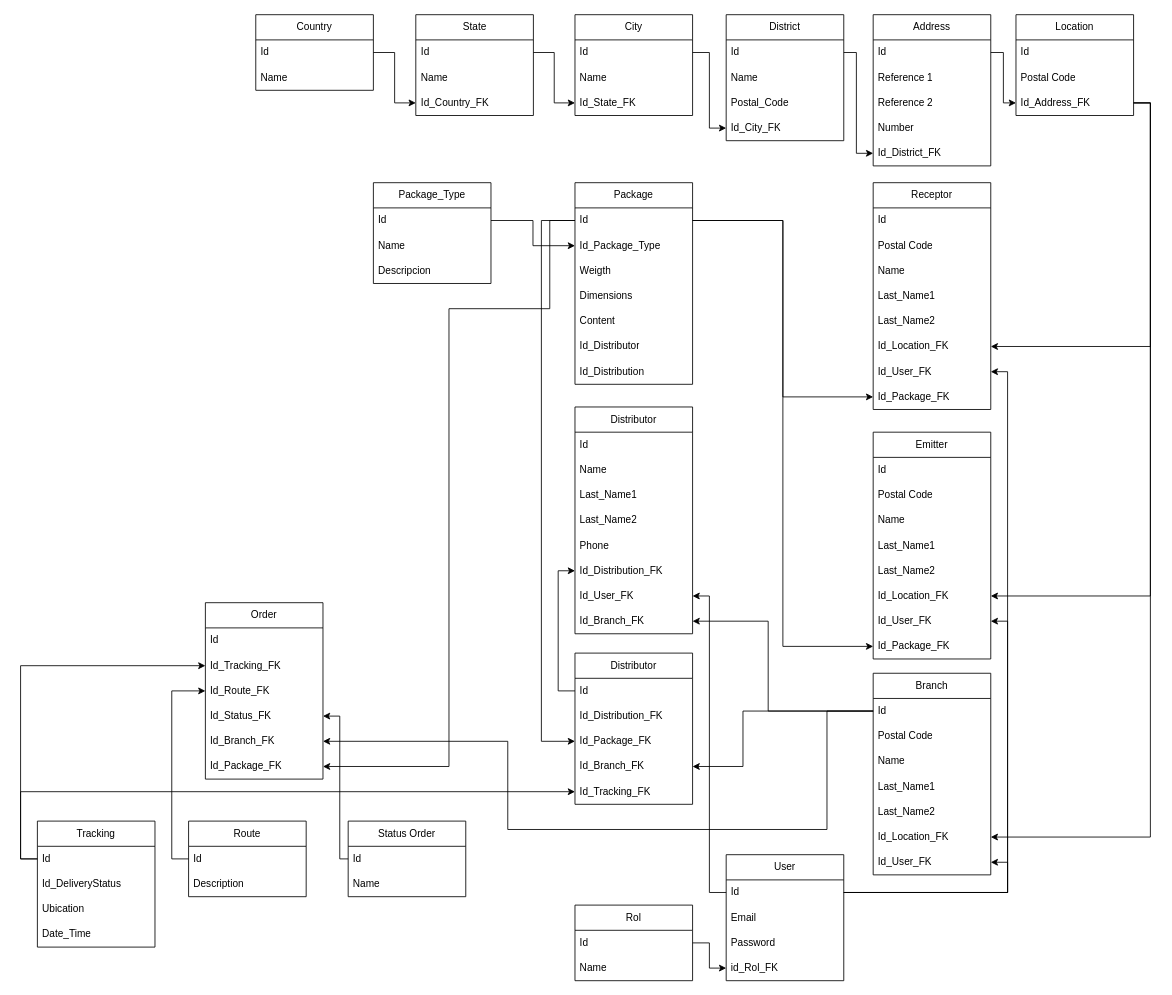
DiegoCastro7/PushUpCoordinadora keeps this draw.io diagram as Resources/Diagramas/PushUpDB_DFisico.drawio. Above is the earlier version. Source tidied: cells renumbered, new cells numbered last; positions are measured from the earlier drawing's top-left corner, leaving out a move shared by most shapes. Both pictures are drawn from the tidied source at 84%, with x=0, y=0 at pixel (37, 14).
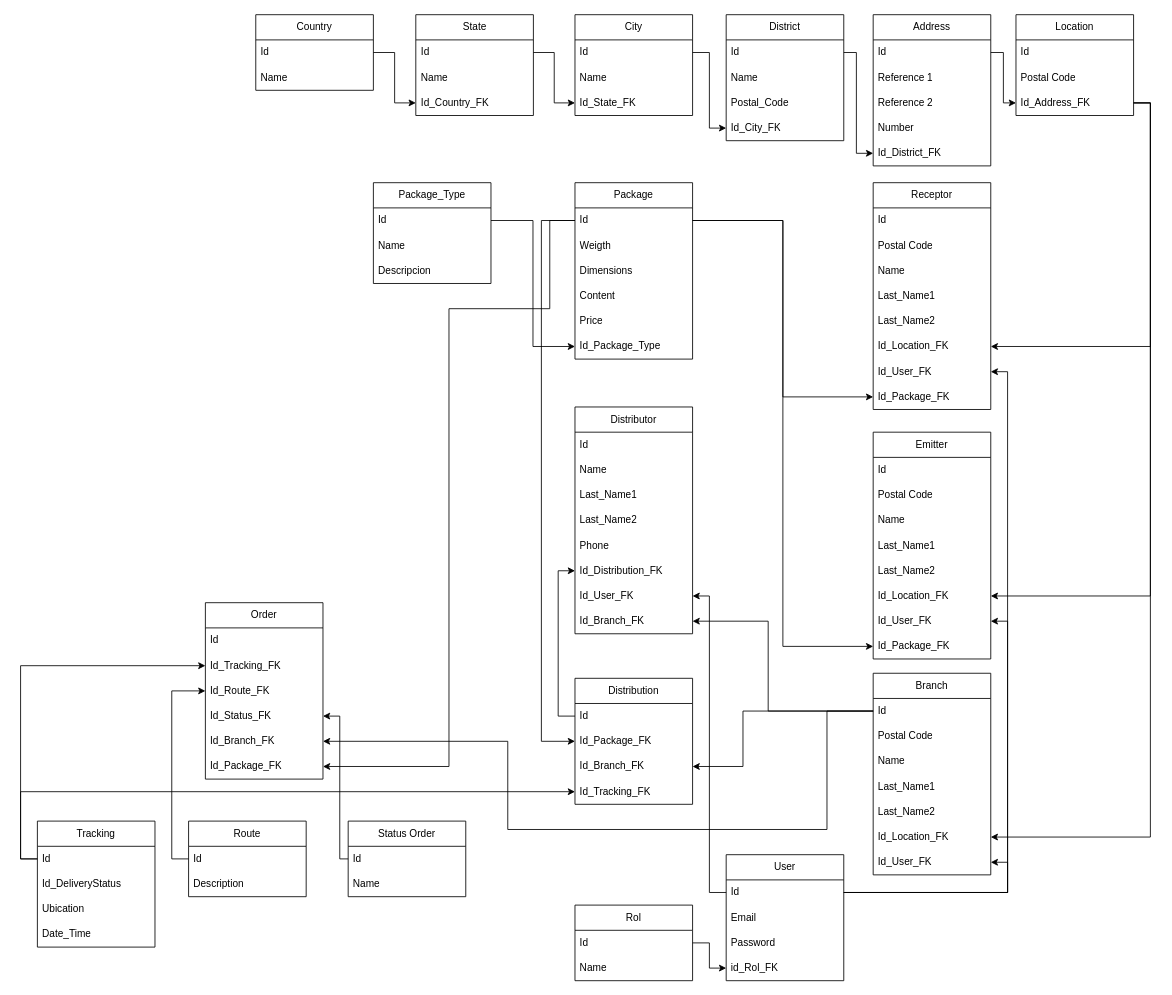
Above is the later version.

Commit message (it also covers changes not shown here):
feat: :sparkles: Corrections

Change to the diagram source:
```diff
@@
     <mxCell id="70" value="Package" style="swimlane;fontStyle=0;horizontal=1;startSize=30;whiteSpace=wrap;html=1;" parent="1" vertex="1">
-      <mxGeometry x="640" y="200" width="140" height="240" as="geometry" />
+      <mxGeometry x="640" y="200" width="140" height="210" as="geometry" />
     </mxCell>
@@
-    <mxCell id="72" value="Id_Package_Type" style="text;strokeColor=none;fillColor=none;align=left;verticalAlign=middle;spacingLeft=4;spacingRight=4;overflow=hidden;points=[[0,0.5],[1,0.5]];portConstraint=eastwest;whiteSpace=wrap;html=1;" parent="70" vertex="1">
-      <mxGeometry y="60" width="140" height="30" as="geometry" />
-    </mxCell>
     <mxCell id="73" value="Weigth" style="text;strokeColor=none;fillColor=none;align=left;verticalAlign=middle;spacingLeft=4;spacingRight=4;overflow=hidden;whiteSpace=wrap;html=1;" parent="70" vertex="1">
-      <mxGeometry y="90" width="140" height="30" as="geometry" />
+      <mxGeometry y="60" width="140" height="30" as="geometry" />
     </mxCell>
     <mxCell id="74" value="Dimensions" style="text;strokeColor=none;fillColor=none;align=left;verticalAlign=middle;spacingLeft=4;spacingRight=4;overflow=hidden;whiteSpace=wrap;html=1;" parent="70" vertex="1">
-      <mxGeometry y="120" width="140" height="30" as="geometry" />
+      <mxGeometry y="90" width="140" height="30" as="geometry" />
     </mxCell>
     <mxCell id="75" value="Content" style="text;strokeColor=none;fillColor=none;align=left;verticalAlign=middle;spacingLeft=4;spacingRight=4;overflow=hidden;whiteSpace=wrap;html=1;" parent="70" vertex="1">
-      <mxGeometry y="150" width="140" height="30" as="geometry" />
+      <mxGeometry y="120" width="140" height="30" as="geometry" />
     </mxCell>
-    <mxCell id="76" value="Id_Distributor" style="text;strokeColor=none;fillColor=none;align=left;verticalAlign=middle;spacingLeft=4;spacingRight=4;overflow=hidden;whiteSpace=wrap;html=1;" parent="70" vertex="1">
-      <mxGeometry y="180" width="140" height="30" as="geometry" />
+    <mxCell id="76" value="Price" style="text;strokeColor=none;fillColor=none;align=left;verticalAlign=middle;spacingLeft=4;spacingRight=4;overflow=hidden;whiteSpace=wrap;html=1;" parent="70" vertex="1">
+      <mxGeometry y="150" width="140" height="30" as="geometry" />
     </mxCell>
-    <mxCell id="77" value="Id_Distribution" style="text;strokeColor=none;fillColor=none;align=left;verticalAlign=middle;spacingLeft=4;spacingRight=4;overflow=hidden;whiteSpace=wrap;html=1;" parent="70" vertex="1">
-      <mxGeometry y="210" width="140" height="30" as="geometry" />
-    </mxCell>
+    <mxCell id="72" value="Id_Package_Type" style="text;strokeColor=none;fillColor=none;align=left;verticalAlign=middle;spacingLeft=4;spacingRight=4;overflow=hidden;points=[[0,0.5],[1,0.5]];portConstraint=eastwest;whiteSpace=wrap;html=1;" parent="70" vertex="1">
+      <mxGeometry y="180" width="140" height="30" as="geometry" />
+    </mxCell>
@@
-    <mxCell id="100" value="Distributor" style="swimlane;fontStyle=0;horizontal=1;startSize=30;whiteSpace=wrap;html=1;" parent="1" vertex="1">
-      <mxGeometry x="640" y="760" width="140" height="180" as="geometry" />
+    <mxCell id="100" value="Distribution" style="swimlane;fontStyle=0;horizontal=1;startSize=30;whiteSpace=wrap;html=1;" parent="1" vertex="1">
+      <mxGeometry x="640" y="790" width="140" height="150" as="geometry" />
     </mxCell>
@@
-    <mxCell id="102" value="Id_Distribution_FK" style="text;strokeColor=none;fillColor=none;align=left;verticalAlign=middle;spacingLeft=4;spacingRight=4;overflow=hidden;whiteSpace=wrap;html=1;" parent="100" vertex="1">
-      <mxGeometry y="60" width="140" height="30" as="geometry" />
-    </mxCell>
     <mxCell id="103" value="Id_Package_FK" style="text;strokeColor=none;fillColor=none;align=left;verticalAlign=middle;spacingLeft=4;spacingRight=4;overflow=hidden;points=[[0,0.5],[1,0.5]];portConstraint=eastwest;whiteSpace=wrap;html=1;" parent="100" vertex="1">
-      <mxGeometry y="90" width="140" height="30" as="geometry" />
+      <mxGeometry y="60" width="140" height="30" as="geometry" />
     </mxCell>
     <mxCell id="104" value="Id_Branch_FK" style="text;strokeColor=none;fillColor=none;align=left;verticalAlign=middle;spacingLeft=4;spacingRight=4;overflow=hidden;points=[[0,0.5],[1,0.5]];portConstraint=eastwest;whiteSpace=wrap;html=1;" parent="100" vertex="1">
-      <mxGeometry y="120" width="140" height="30" as="geometry" />
+      <mxGeometry y="90" width="140" height="30" as="geometry" />
     </mxCell>
     <mxCell id="105" value="Id_Tracking_FK" style="text;strokeColor=none;fillColor=none;align=left;verticalAlign=middle;spacingLeft=4;spacingRight=4;overflow=hidden;points=[[0,0.5],[1,0.5]];portConstraint=eastwest;whiteSpace=wrap;html=1;" parent="100" vertex="1">
-      <mxGeometry y="150" width="140" height="30" as="geometry" />
+      <mxGeometry y="120" width="140" height="30" as="geometry" />
     </mxCell>
```
